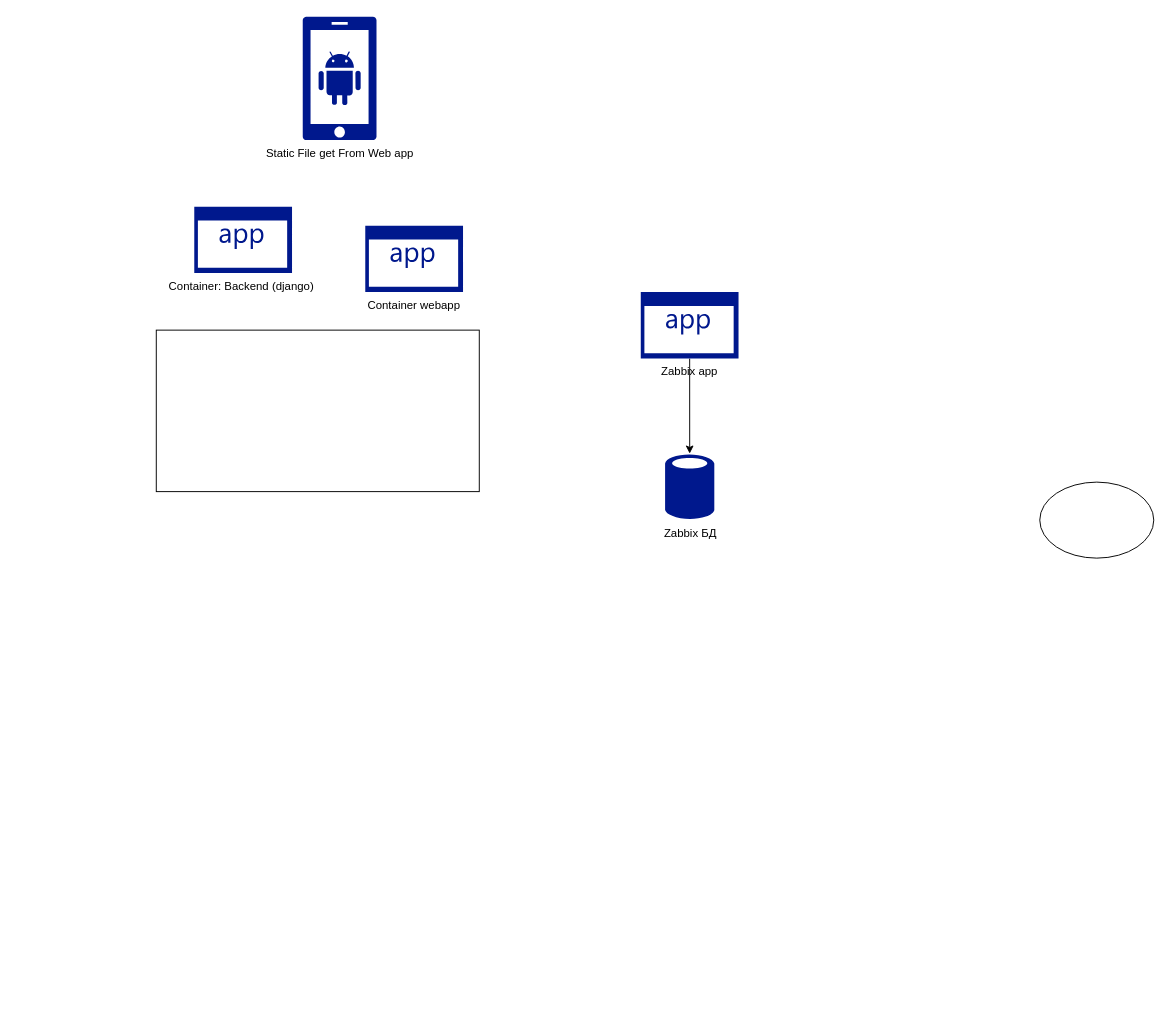
Above: Диаграмма без названия.drawio in borisbbtest/smartapp (draw.io), before the change. Source tidied: cells renumbered, new cells numbered last; positions are measured from the earlier drawing's top-left corner, leaving out a move shared by most shapes. Both pictures are drawn from the tidied source at 95%, with x=0, y=0 at pixel (156, 16).
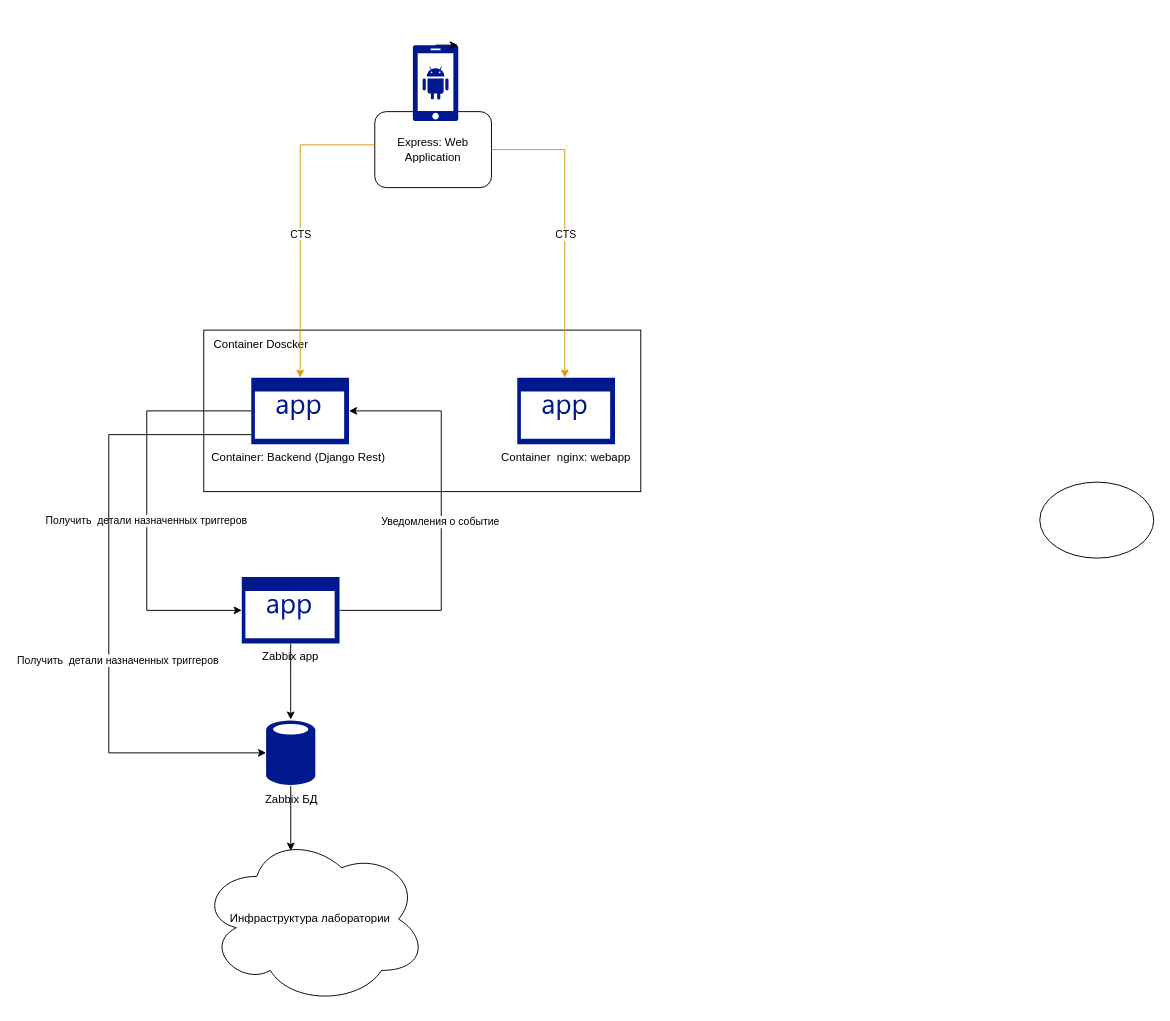
The same page after the edit.

Change to the diagram source:
```diff
@@
+    <mxCell id="10" value="Express: Web Application" style="rounded=1;whiteSpace=wrap;html=1;" parent="1" vertex="1">
+      <mxGeometry x="230" y="100" width="122.9" height="80" as="geometry" />
+    </mxCell>
+    <mxCell id="8" style="sketch=0;shadow=0;dashed=0;html=1;strokeColor=none;labelPosition=center;verticalLabelPosition=bottom;verticalAlign=top;align=center;fillColor=#00188D;shape=mxgraph.mscae.enterprise.android_phone;" parent="1" vertex="1">
+      <mxGeometry x="270" y="30" width="48" height="80" as="geometry" />
+    </mxCell>
+    <mxCell id="9" style="rounded=0;whiteSpace=wrap;html=1;" parent="1" vertex="1">
+      <mxGeometry x="50" y="330" width="460" height="170" as="geometry" />
+    </mxCell>
@@
-    <mxCell id="3" value="Container: Backend (django)&amp;nbsp;" style="sketch=0;shadow=0;dashed=0;html=1;strokeColor=none;labelPosition=center;verticalLabelPosition=bottom;verticalAlign=top;align=center;fillColor=#00188D;shape=mxgraph.mscae.enterprise.application;" parent="1" vertex="1">
-      <mxGeometry x="40" y="200" width="102.9" height="70" as="geometry" />
+    <mxCell id="3" value="Container: Backend (Django Rest)&amp;nbsp;" style="sketch=0;shadow=0;dashed=0;html=1;strokeColor=none;labelPosition=center;verticalLabelPosition=bottom;verticalAlign=top;align=center;fillColor=#00188D;shape=mxgraph.mscae.enterprise.application;" parent="1" vertex="1">
+      <mxGeometry x="100" y="380" width="102.9" height="70" as="geometry" />
     </mxCell>
     <mxCell id="4" value="Zabbix БД" style="sketch=0;shadow=0;dashed=0;html=1;strokeColor=none;labelPosition=center;verticalLabelPosition=bottom;verticalAlign=top;align=center;fillColor=#00188D;shape=mxgraph.mscae.enterprise.database_generic;" parent="1" vertex="1">
-      <mxGeometry x="535.6" y="460" width="51.8" height="70" as="geometry" />
+      <mxGeometry x="115.6" y="740" width="51.8" height="70" as="geometry" />
     </mxCell>
-    <mxCell id="5" value="Container webapp" style="sketch=0;shadow=0;dashed=0;html=1;strokeColor=none;labelPosition=center;verticalLabelPosition=bottom;verticalAlign=top;align=center;fillColor=#00188D;shape=mxgraph.mscae.enterprise.application;" parent="1" vertex="1">
-      <mxGeometry x="220" y="220" width="102.9" height="70" as="geometry" />
+    <mxCell id="5" value="Container&amp;nbsp; nginx: webapp" style="sketch=0;shadow=0;dashed=0;html=1;strokeColor=none;labelPosition=center;verticalLabelPosition=bottom;verticalAlign=top;align=center;fillColor=#00188D;shape=mxgraph.mscae.enterprise.application;" parent="1" vertex="1">
+      <mxGeometry x="380" y="380" width="102.9" height="70" as="geometry" />
     </mxCell>
@@
     <mxCell id="7" value="Zabbix app" style="sketch=0;shadow=0;dashed=0;html=1;strokeColor=none;labelPosition=center;verticalLabelPosition=bottom;verticalAlign=top;align=center;fillColor=#00188D;shape=mxgraph.mscae.enterprise.application;" parent="1" vertex="1">
-      <mxGeometry x="510" y="290" width="102.9" height="70" as="geometry" />
+      <mxGeometry x="90" y="590" width="102.9" height="70" as="geometry" />
     </mxCell>
-    <mxCell id="8" value="Static File get From Web app" style="sketch=0;shadow=0;dashed=0;html=1;strokeColor=none;labelPosition=center;verticalLabelPosition=bottom;verticalAlign=top;align=center;fillColor=#00188D;shape=mxgraph.mscae.enterprise.android_phone;" parent="1" vertex="1">
-      <mxGeometry x="154" width="78" height="130" as="geometry" />
-    </mxCell>
-    <mxCell id="9" style="rounded=0;whiteSpace=wrap;html=1;" parent="1" vertex="1">
-      <mxGeometry y="330" width="340" height="170" as="geometry" />
-    </mxCell>
+    <mxCell id="11" value="Container Doscker" style="text;html=1;align=center;verticalAlign=middle;strokeColor=none;fillColor=none;" parent="1" vertex="1">
+      <mxGeometry x="50" y="330" width="120" height="30" as="geometry" />
+    </mxCell>
+    <mxCell id="12" style="edgeStyle=orthogonalEdgeStyle;rounded=0;jettySize=auto;html=1;fillColor=#ffe6cc;strokeColor=#d79b00;" parent="1" edge="1" source="10" target="5">
+      <mxGeometry relative="1" as="geometry">
+        <Array as="points">
+          <mxPoint x="430" y="140" />
+        </Array>
+      </mxGeometry>
+    </mxCell>
+    <mxCell id="13" value="CTS" style="edgeLabel;html=1;align=center;verticalAlign=middle;" parent="12" vertex="1">
+      <mxGeometry x="0.22" y="-1" relative="1" as="geometry">
+        <mxPoint x="1" y="-26" as="offset" />
+      </mxGeometry>
+    </mxCell>
+    <mxCell id="14" style="rounded=0;jettySize=auto;html=1;entryX=0.5;entryY=0;entryDx=0;entryDy=0;entryPerimeter=0;edgeStyle=orthogonalEdgeStyle;fillColor=#ffe6cc;strokeColor=#d79b00;" parent="1" edge="1" source="10" target="3">
+      <mxGeometry relative="1" as="geometry">
+        <Array as="points">
+          <mxPoint x="152" y="135" />
+        </Array>
+      </mxGeometry>
+    </mxCell>
+    <mxCell id="15" value="CTS" style="edgeLabel;html=1;align=center;verticalAlign=middle;" parent="14" vertex="1">
+      <mxGeometry x="0.2" y="1" relative="1" as="geometry">
+        <mxPoint x="-1" y="-22" as="offset" />
+      </mxGeometry>
+    </mxCell>
+    <mxCell id="16" style="edgeStyle=orthogonalEdgeStyle;rounded=0;jettySize=auto;html=1;entryX=1;entryY=0.5;entryDx=0;entryDy=0;entryPerimeter=0;" parent="1" edge="1" source="7" target="3">
+      <mxGeometry relative="1" as="geometry">
+        <Array as="points">
+          <mxPoint x="300" y="625" />
+          <mxPoint x="300" y="415" />
+        </Array>
+      </mxGeometry>
+    </mxCell>
+    <mxCell id="17" value="Уведомления о событие" style="edgeLabel;html=1;align=center;verticalAlign=middle;" parent="16" vertex="1">
+      <mxGeometry x="-0.06" y="2" relative="1" as="geometry">
+        <mxPoint y="-6" as="offset" />
+      </mxGeometry>
+    </mxCell>
+    <mxCell id="18" style="edgeStyle=orthogonalEdgeStyle;rounded=0;jettySize=auto;html=1;entryX=0;entryY=0.5;entryDx=0;entryDy=0;entryPerimeter=0;" parent="1" edge="1" source="3" target="7">
+      <mxGeometry relative="1" as="geometry">
+        <Array as="points">
+          <mxPoint x="-10" y="415" />
+          <mxPoint x="-10" y="625" />
+        </Array>
+      </mxGeometry>
+    </mxCell>
+    <mxCell id="19" value="Получить&amp;nbsp; детали назначенных триггеров&amp;nbsp;" style="edgeLabel;html=1;align=center;verticalAlign=middle;" parent="18" vertex="1">
+      <mxGeometry x="-0.05" y="-4" relative="1" as="geometry">
+        <mxPoint x="4" y="25" as="offset" />
+      </mxGeometry>
+    </mxCell>
+    <mxCell id="20" style="edgeStyle=orthogonalEdgeStyle;rounded=0;jettySize=auto;html=1;entryX=0;entryY=0.5;entryDx=0;entryDy=0;entryPerimeter=0;" parent="1" edge="1" source="3" target="4">
+      <mxGeometry relative="1" as="geometry">
+        <Array as="points">
+          <mxPoint x="-50" y="440" />
+          <mxPoint x="-50" y="775" />
+        </Array>
+      </mxGeometry>
+    </mxCell>
+    <mxCell id="21" value="Получить&amp;nbsp; детали назначенных триггеров&amp;nbsp;" style="edgeLabel;html=1;align=center;verticalAlign=middle;" parent="20" vertex="1">
+      <mxGeometry x="-0.46" y="2" relative="1" as="geometry">
+        <mxPoint x="8" y="211" as="offset" />
+      </mxGeometry>
+    </mxCell>
+    <mxCell id="22" value="Инфраструктура лаборатории&amp;nbsp;&amp;nbsp;" style="ellipse;shape=cloud;whiteSpace=wrap;html=1;" parent="1" vertex="1">
+      <mxGeometry x="46" y="860" width="239" height="180" as="geometry" />
+    </mxCell>
+    <mxCell id="23" style="rounded=0;jettySize=auto;html=1;entryX=0.4;entryY=0.1;entryDx=0;entryDy=0;entryPerimeter=0;" parent="1" edge="1" source="4" target="22">
+      <mxGeometry relative="1" as="geometry" />
+    </mxCell>
+    <mxCell id="24" style="edgeStyle=orthogonalEdgeStyle;rounded=0;orthogonalLoop=1;jettySize=auto;html=1;exitX=0.5;exitY=0;exitDx=0;exitDy=0;exitPerimeter=0;entryX=0.99;entryY=0.01;entryDx=0;entryDy=0;entryPerimeter=0;" parent="1" edge="1" source="8" target="8">
+      <mxGeometry relative="1" as="geometry" />
+    </mxCell>
```
